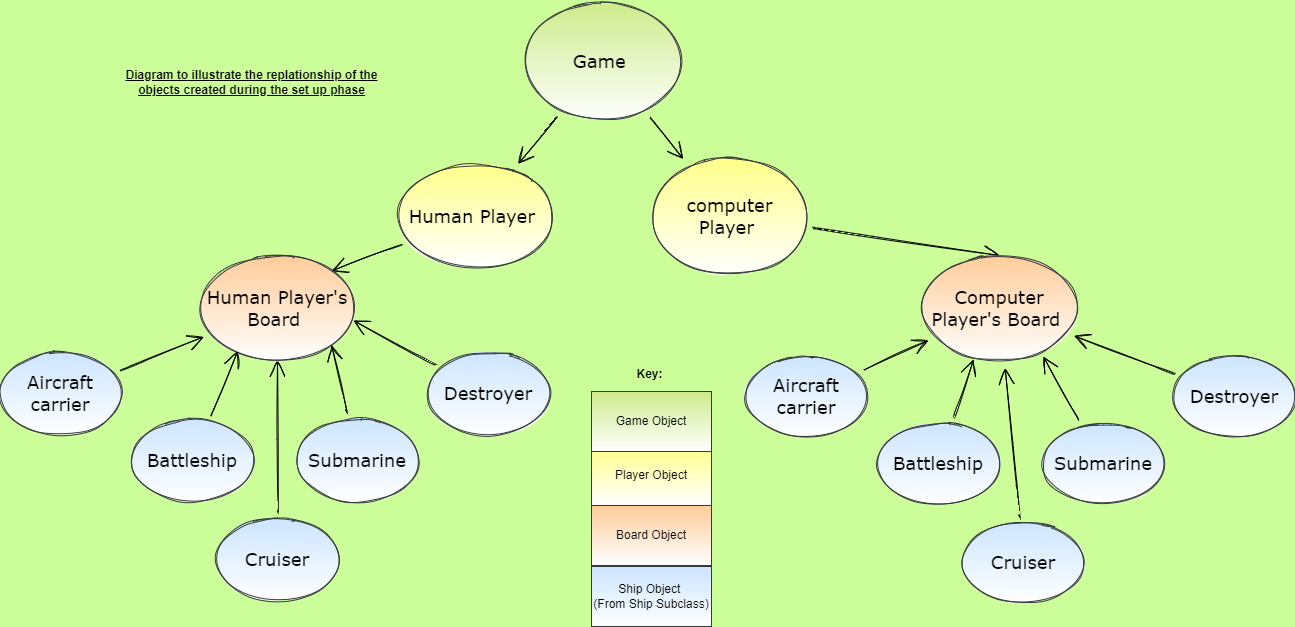
Before: docs/flowcharts/objects.drawio.png, a diagram exported from draw.io (dnlbowers/battleships). Source tidied: cells renumbered, new cells last; positions are measured from the earlier drawing's top-left corner, leaving out a move shared by most shapes.
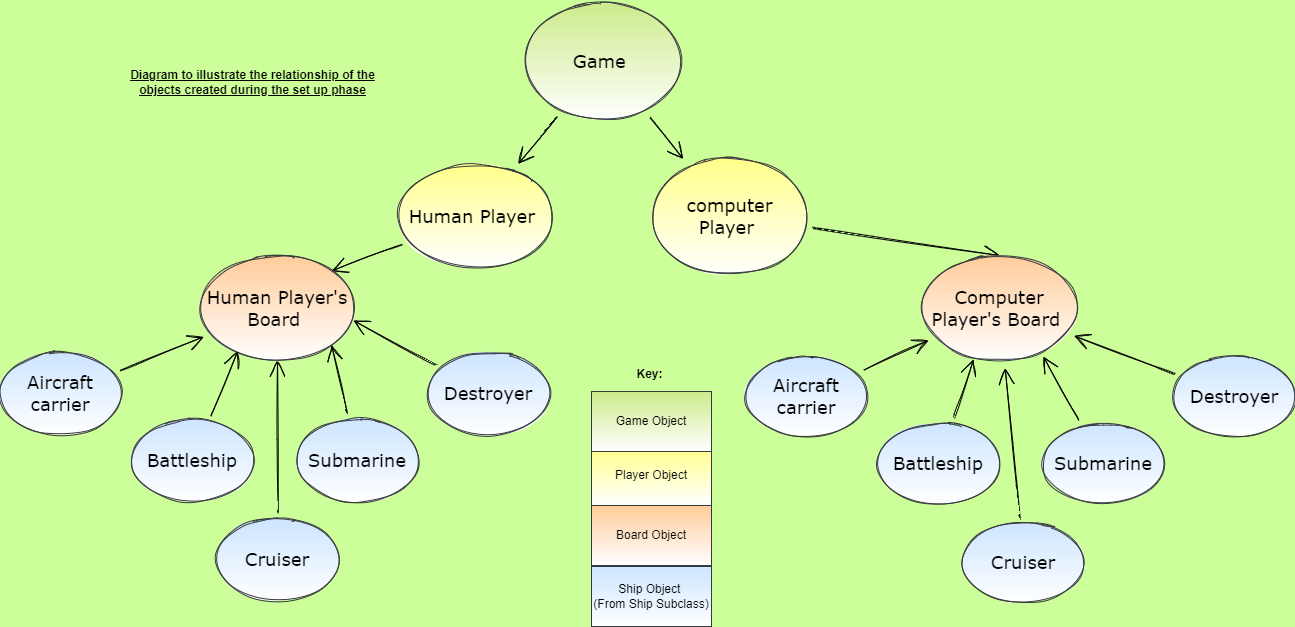
The same file after the commit.

Diff of the diagram source:
```diff
@@ -89,8 +89,8 @@
     <mxCell id="30" value="Destroyer" style="ellipse;whiteSpace=wrap;html=1;labelBackgroundColor=none;sketch=1;hachureGap=4;fillStyle=auto;fontFamily=Verdana;fontSize=18;fillColor=#cce5ff;strokeColor=#36393d;gradientColor=#ffffff;" parent="1" vertex="1">
       <mxGeometry x="1174" y="356" width="120" height="80" as="geometry" />
     </mxCell>
-    <mxCell id="31" value="Diagram to illustrate the replationship of the&lt;br&gt;objects created during the set up phase" style="text;html=1;align=center;verticalAlign=middle;strokeColor=none;fillColor=none;fontStyle=5;" parent="1" vertex="1">
-      <mxGeometry x="120" y="66" width="262" height="32" as="geometry" />
+    <mxCell id="31" value="Diagram to illustrate the relationship of the&lt;br&gt;objects created during the set up phase" style="text;html=1;align=center;verticalAlign=middle;strokeColor=none;fillColor=none;fontStyle=5;" parent="1" vertex="1">
+      <mxGeometry x="124" y="66" width="255" height="32" as="geometry" />
     </mxCell>
     <mxCell id="32" value="Ship Object &lt;br&gt;(From Ship Subclass)" style="rounded=0;whiteSpace=wrap;html=1;fillColor=#cce5ff;strokeColor=#36393d;gradientColor=#ffffff;" parent="1" vertex="1">
       <mxGeometry x="591" y="566" width="120" height="60" as="geometry" />
```
